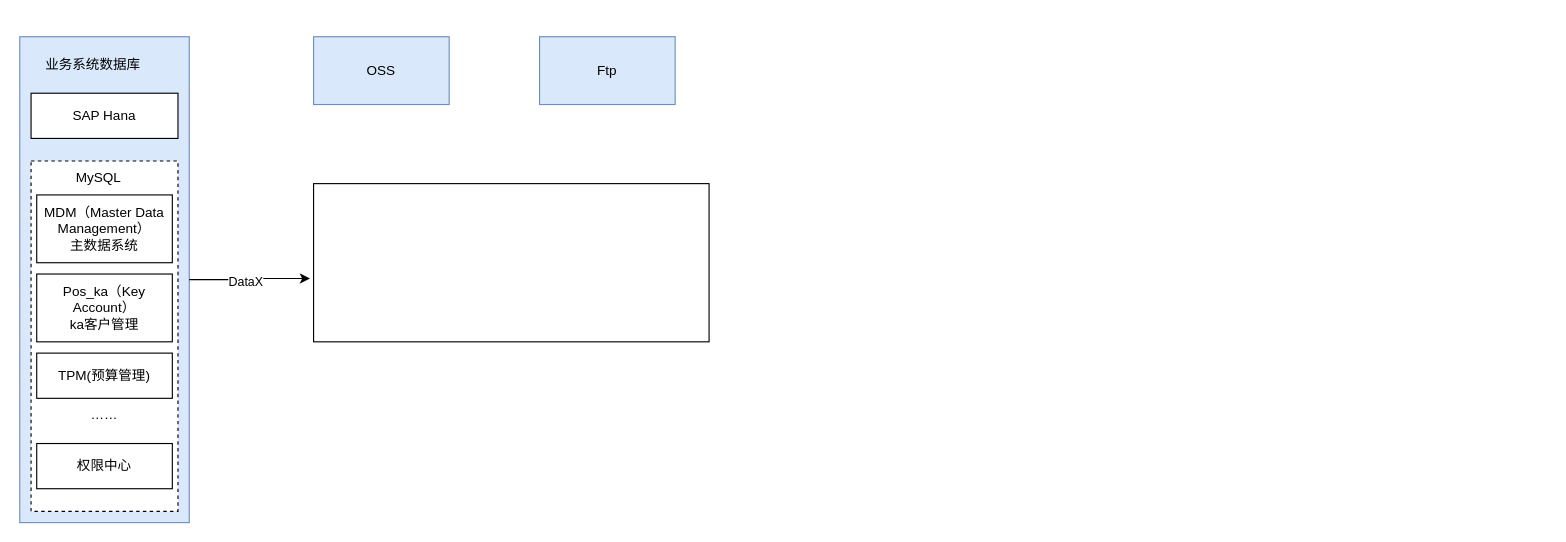
Before: etl.drawio in fsJerryChan/fsJerryChan, a draw.io diagram. Source tidied: cells renumbered, new cells numbered last; positions are measured from the earlier drawing's top-left corner, leaving out a move shared by most shapes. Both pictures are drawn from the tidied source at 113%, with x=0, y=0 at pixel (19, 36).
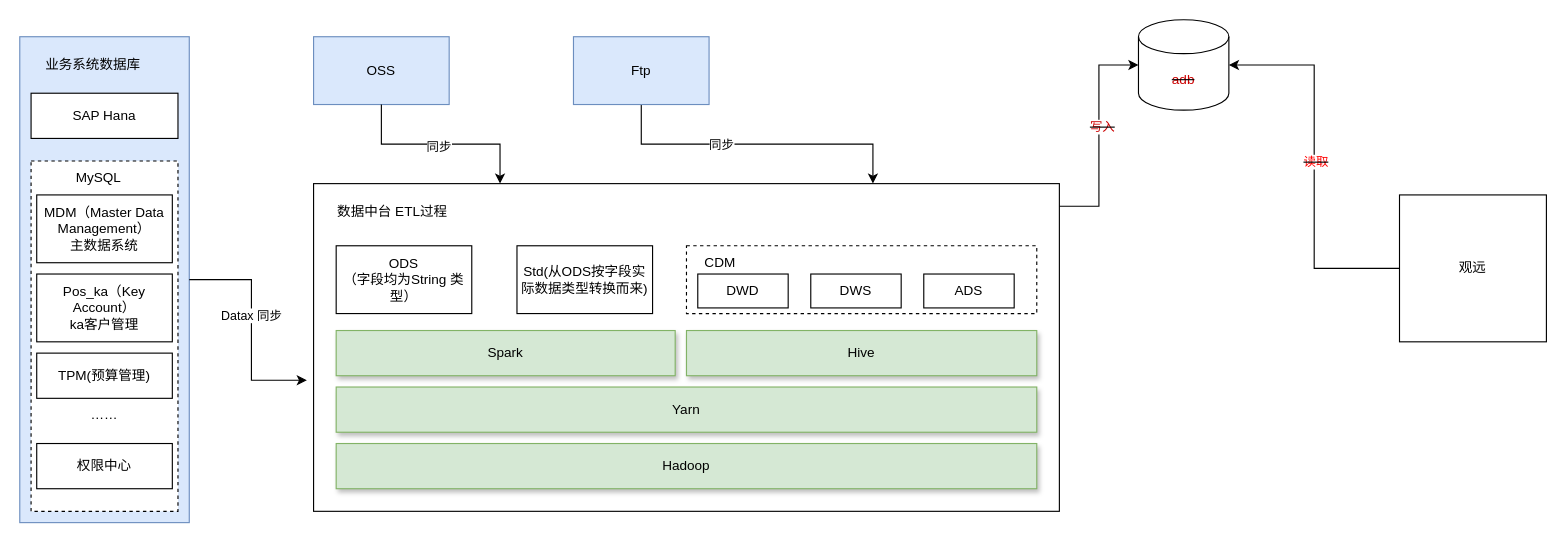
The same page after the edit.

Unchanged cells that the change refers to:
```xml
<mxCell id="13" style="edgeStyle=orthogonalEdgeStyle;rounded=0;jettySize=auto;html=1;entryX=-0.009;entryY=0.6;entryDx=0;entryDy=0;entryPerimeter=0;" parent="1" edge="1" source="2" target="12">
  <mxGeometry relative="1" as="geometry" />
</mxCell>
<mxCell id="15" value="OSS" style="rounded=0;whiteSpace=wrap;html=1;fillColor=#dae8fc;strokeColor=#6c8ebf;" parent="1" vertex="1">
  <mxGeometry x="260" width="120" height="60" as="geometry" />
</mxCell>
```

The edit, as a diff of the source:
```diff
@@
     <mxCell id="12" style="rounded=0;whiteSpace=wrap;html=1;" parent="1" vertex="1">
-      <mxGeometry x="260" y="130" width="350" height="140" as="geometry" />
+      <mxGeometry x="260" y="130" width="660" height="290" as="geometry" />
     </mxCell>
@@
-    <mxCell id="14" value="DataX" style="edgeLabel;html=1;align=center;verticalAlign=middle;" parent="13" vertex="1">
-      <mxGeometry x="-0.09" y="-1" relative="1" as="geometry" />
-    </mxCell>
+    <mxCell id="17" value="Datax 同步" style="edgeLabel;html=1;align=center;verticalAlign=middle;" parent="13" vertex="1">
+      <mxGeometry x="-0.11" y="-1" relative="1" as="geometry" />
+    </mxCell>
@@
+    <mxCell id="18" style="edgeStyle=orthogonalEdgeStyle;rounded=0;jettySize=auto;html=1;entryX=0.75;entryY=0;entryDx=0;entryDy=0;" parent="1" edge="1" source="16" target="12">
+      <mxGeometry relative="1" as="geometry" />
+    </mxCell>
+    <mxCell id="19" value="同步" style="edgeLabel;html=1;align=center;verticalAlign=middle;" parent="18" vertex="1">
+      <mxGeometry x="-0.24" relative="1" as="geometry" />
+    </mxCell>
     <mxCell id="16" value="Ftp" style="rounded=0;whiteSpace=wrap;html=1;fillColor=#dae8fc;strokeColor=#6c8ebf;" parent="1" vertex="1">
-      <mxGeometry x="460" width="120" height="60" as="geometry" />
+      <mxGeometry x="490" width="120" height="60" as="geometry" />
     </mxCell>
+    <mxCell id="20" style="edgeStyle=orthogonalEdgeStyle;rounded=0;jettySize=auto;html=1;entryX=0.25;entryY=0;entryDx=0;entryDy=0;" parent="1" edge="1" source="15" target="12">
+      <mxGeometry relative="1" as="geometry" />
+    </mxCell>
+    <mxCell id="21" value="同步" style="edgeLabel;html=1;align=center;verticalAlign=middle;" parent="20" vertex="1">
+      <mxGeometry x="-0.03" y="-2" relative="1" as="geometry" />
+    </mxCell>
+    <mxCell id="22" value="ODS&lt;br&gt;（字段均为String 类型）" style="rounded=0;whiteSpace=wrap;html=1;" parent="1" vertex="1">
+      <mxGeometry x="280" y="185" width="120" height="60" as="geometry" />
+    </mxCell>
+    <mxCell id="23" value="数据中台 ETL过程" style="text;strokeColor=none;align=center;fillColor=none;html=1;verticalAlign=middle;whiteSpace=wrap;rounded=0;" parent="1" vertex="1">
+      <mxGeometry x="280" y="140" width="100" height="30" as="geometry" />
+    </mxCell>
+    <mxCell id="24" value="Std(从ODS按字段实际数据类型转换而来)" style="rounded=0;whiteSpace=wrap;html=1;" parent="1" vertex="1">
+      <mxGeometry x="440" y="185" width="120" height="60" as="geometry" />
+    </mxCell>
+    <mxCell id="25" style="rounded=0;whiteSpace=wrap;html=1;dashed=1;" parent="1" vertex="1">
+      <mxGeometry x="590" y="185" width="310" height="60" as="geometry" />
+    </mxCell>
+    <mxCell id="26" value="CDM" style="text;strokeColor=none;align=center;fillColor=none;html=1;verticalAlign=middle;whiteSpace=wrap;rounded=0;" parent="1" vertex="1">
+      <mxGeometry x="600" y="185" width="40" height="30" as="geometry" />
+    </mxCell>
+    <mxCell id="27" value="DWD" style="rounded=0;whiteSpace=wrap;html=1;" parent="1" vertex="1">
+      <mxGeometry x="600" y="210" width="80" height="30" as="geometry" />
+    </mxCell>
+    <mxCell id="28" value="DWS" style="rounded=0;whiteSpace=wrap;html=1;" parent="1" vertex="1">
+      <mxGeometry x="700" y="210" width="80" height="30" as="geometry" />
+    </mxCell>
+    <mxCell id="29" value="ADS" style="rounded=0;whiteSpace=wrap;html=1;" parent="1" vertex="1">
+      <mxGeometry x="800" y="210" width="80" height="30" as="geometry" />
+    </mxCell>
+    <mxCell id="30" value="&lt;strike&gt;&lt;font color=&quot;#cc0000&quot;&gt;adb&lt;/font&gt;&lt;/strike&gt;" style="shape=cylinder3;whiteSpace=wrap;html=1;boundedLbl=1;backgroundOutline=1;size=15;" parent="1" vertex="1">
+      <mxGeometry x="990" y="-15" width="80" height="80" as="geometry" />
+    </mxCell>
+    <mxCell id="31" style="edgeStyle=orthogonalEdgeStyle;rounded=0;jettySize=auto;html=1;entryX=0;entryY=0.5;entryDx=0;entryDy=0;entryPerimeter=0;" parent="1" edge="1" source="12" target="30">
+      <mxGeometry relative="1" as="geometry">
+        <Array as="points">
+          <mxPoint x="955" y="150" />
+          <mxPoint x="955" y="25" />
+        </Array>
+      </mxGeometry>
+    </mxCell>
+    <mxCell id="32" value="&lt;strike&gt;&lt;font color=&quot;#cc0000&quot;&gt;写入&lt;/font&gt;&lt;/strike&gt;" style="edgeLabel;html=1;align=center;verticalAlign=middle;" parent="31" vertex="1">
+      <mxGeometry x="0.09" y="-2" relative="1" as="geometry" />
+    </mxCell>
+    <mxCell id="33" value="观远" style="whiteSpace=wrap;html=1;" parent="1" vertex="1">
+      <mxGeometry x="1221" y="140" width="130" height="130" as="geometry" />
+    </mxCell>
+    <mxCell id="34" style="edgeStyle=orthogonalEdgeStyle;rounded=0;jettySize=auto;html=1;entryX=1;entryY=0.5;entryDx=0;entryDy=0;entryPerimeter=0;" parent="1" edge="1" source="33" target="30">
+      <mxGeometry relative="1" as="geometry" />
+    </mxCell>
+    <mxCell id="35" value="&lt;strike&gt;&lt;font color=&quot;#ff0000&quot;&gt;读取&lt;/font&gt;&lt;/strike&gt;" style="edgeLabel;html=1;align=center;verticalAlign=middle;" parent="34" vertex="1">
+      <mxGeometry x="0.03" relative="1" as="geometry">
+        <mxPoint x="1" as="offset" />
+      </mxGeometry>
+    </mxCell>
+    <mxCell id="36" value="Hadoop" style="rounded=0;whiteSpace=wrap;html=1;fillColor=#d5e8d4;strokeColor=#82b366;shadow=1;" parent="1" vertex="1">
+      <mxGeometry x="280" y="360" width="620" height="40" as="geometry" />
+    </mxCell>
+    <mxCell id="37" value="Spark" style="rounded=0;whiteSpace=wrap;html=1;fillColor=#d5e8d4;strokeColor=#82b366;shadow=1;" parent="1" vertex="1">
+      <mxGeometry x="280" y="260" width="300" height="40" as="geometry" />
+    </mxCell>
+    <mxCell id="38" value="Hive" style="rounded=0;whiteSpace=wrap;html=1;fillColor=#d5e8d4;strokeColor=#82b366;shadow=1;" parent="1" vertex="1">
+      <mxGeometry x="590" y="260" width="310" height="40" as="geometry" />
+    </mxCell>
+    <mxCell id="39" value="Yarn" style="rounded=0;whiteSpace=wrap;html=1;fillColor=#d5e8d4;strokeColor=#82b366;shadow=1;" parent="1" vertex="1">
+      <mxGeometry x="280" y="310" width="620" height="40" as="geometry" />
+    </mxCell>
```
